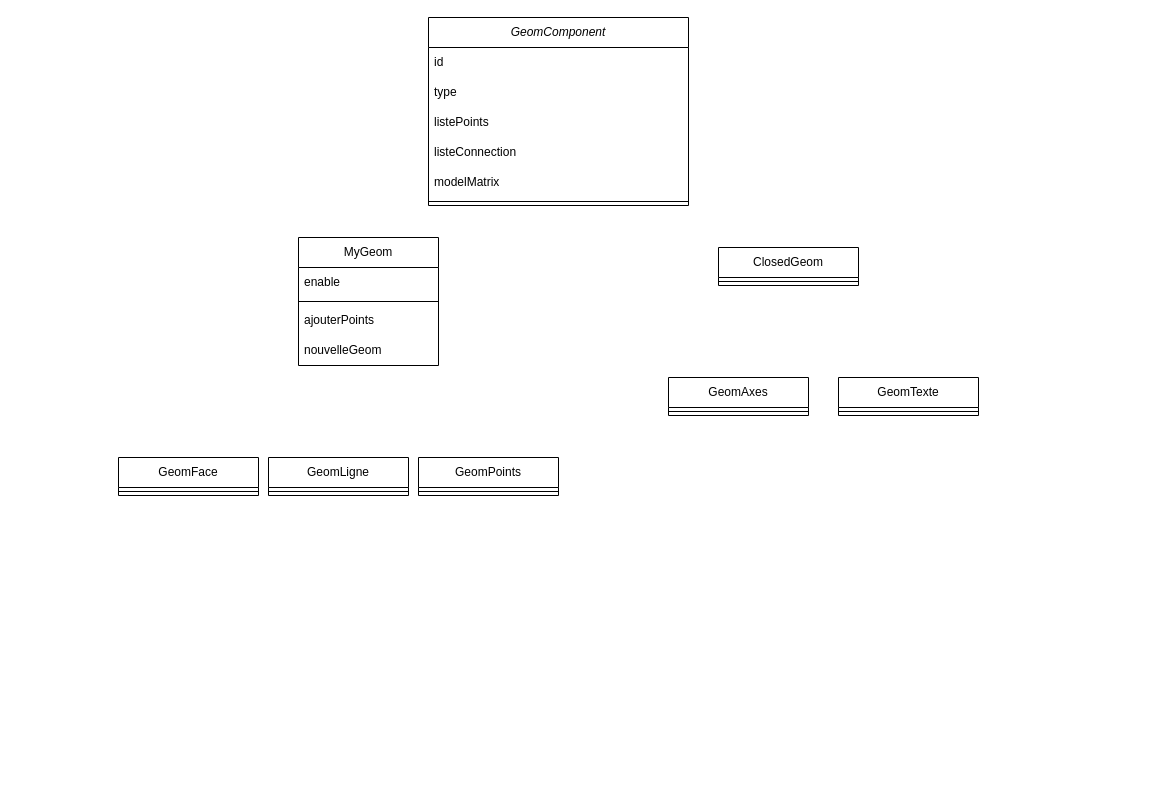
Alex4969/OpenGL_MatlabToolbox keeps this draw.io diagram as Architecture/component and geometries.drawio. Above is the earlier version. Source tidied: cells renumbered, new cells numbered last; positions are measured from the earlier drawing's top-left corner, leaving out a move shared by most shapes. Both pictures are drawn from the tidied source at 100%, with x=0, y=0 at pixel (118, 17).
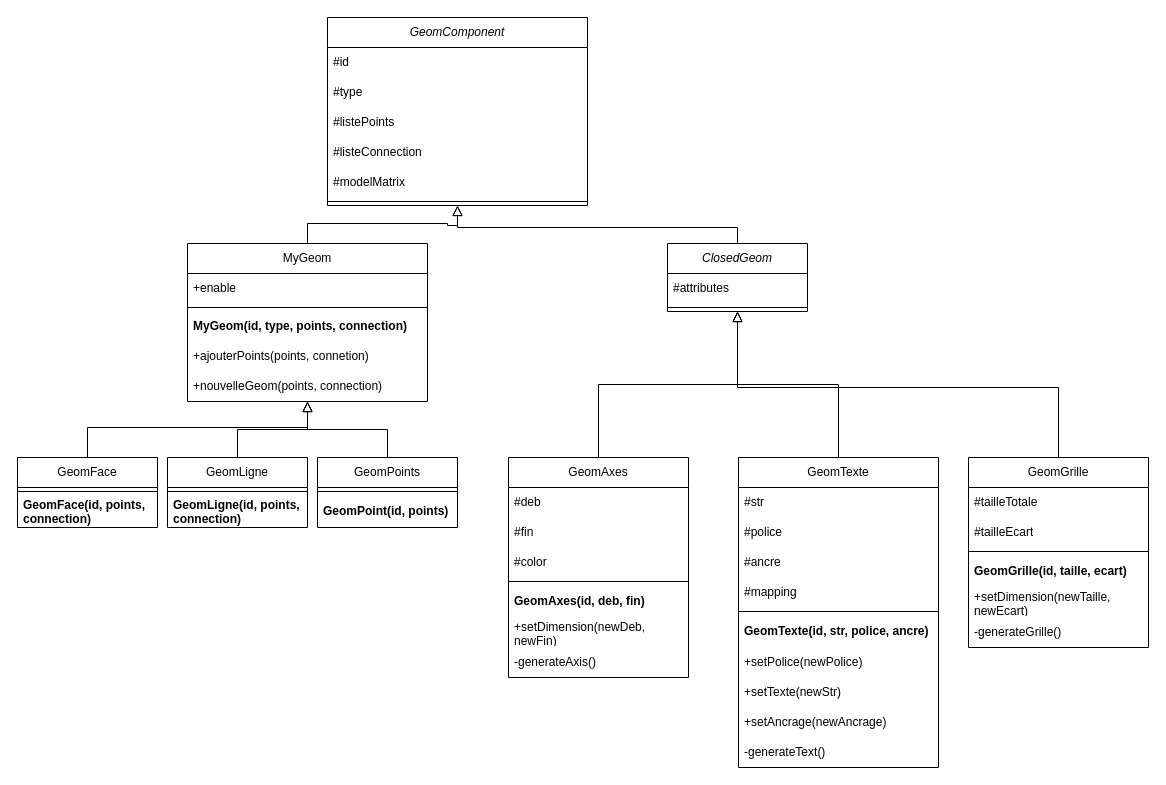
The same diagram, later.

What changed in the source:
```diff
@@
     <mxCell id="2" value="&lt;i&gt;GeomComponent&lt;/i&gt;" style="swimlane;fontStyle=0;horizontal=1;startSize=30;whiteSpace=wrap;html=1;" parent="1" vertex="1">
-      <mxGeometry x="310" width="260" height="188" as="geometry" />
+      <mxGeometry x="209" width="260" height="188" as="geometry" />
     </mxCell>
-    <mxCell id="3" value="id" style="text;strokeColor=none;fillColor=none;align=left;verticalAlign=middle;spacingLeft=4;spacingRight=4;overflow=hidden;whiteSpace=wrap;html=1;" parent="2" vertex="1">
+    <mxCell id="3" value="#id" style="text;strokeColor=none;fillColor=none;align=left;verticalAlign=middle;spacingLeft=4;spacingRight=4;overflow=hidden;whiteSpace=wrap;html=1;" parent="2" vertex="1">
       <mxGeometry y="30" width="260" height="30" as="geometry" />
     </mxCell>
-    <mxCell id="4" value="type" style="text;strokeColor=none;fillColor=none;align=left;verticalAlign=middle;spacingLeft=4;spacingRight=4;overflow=hidden;whiteSpace=wrap;html=1;" parent="2" vertex="1">
+    <mxCell id="4" value="#type" style="text;strokeColor=none;fillColor=none;align=left;verticalAlign=middle;spacingLeft=4;spacingRight=4;overflow=hidden;whiteSpace=wrap;html=1;" parent="2" vertex="1">
       <mxGeometry y="60" width="260" height="30" as="geometry" />
     </mxCell>
-    <mxCell id="5" value="listePoints" style="text;strokeColor=none;fillColor=none;align=left;verticalAlign=middle;spacingLeft=4;spacingRight=4;overflow=hidden;whiteSpace=wrap;html=1;" parent="2" vertex="1">
+    <mxCell id="5" value="#listePoints" style="text;strokeColor=none;fillColor=none;align=left;verticalAlign=middle;spacingLeft=4;spacingRight=4;overflow=hidden;whiteSpace=wrap;html=1;" parent="2" vertex="1">
       <mxGeometry y="90" width="260" height="30" as="geometry" />
     </mxCell>
-    <mxCell id="6" value="listeConnection" style="text;strokeColor=none;fillColor=none;align=left;verticalAlign=middle;spacingLeft=4;spacingRight=4;overflow=hidden;whiteSpace=wrap;html=1;" parent="2" vertex="1">
+    <mxCell id="6" value="#listeConnection" style="text;strokeColor=none;fillColor=none;align=left;verticalAlign=middle;spacingLeft=4;spacingRight=4;overflow=hidden;whiteSpace=wrap;html=1;" parent="2" vertex="1">
       <mxGeometry y="120" width="260" height="30" as="geometry" />
     </mxCell>
-    <mxCell id="7" value="modelMatrix" style="text;strokeColor=none;fillColor=none;align=left;verticalAlign=middle;spacingLeft=4;spacingRight=4;overflow=hidden;whiteSpace=wrap;html=1;" parent="2" vertex="1">
+    <mxCell id="7" value="#modelMatrix" style="text;strokeColor=none;fillColor=none;align=left;verticalAlign=middle;spacingLeft=4;spacingRight=4;overflow=hidden;whiteSpace=wrap;html=1;" parent="2" vertex="1">
       <mxGeometry y="150" width="260" height="30" as="geometry" />
     </mxCell>
@@
+    <mxCell id="26" style="edgeStyle=orthogonalEdgeStyle;rounded=0;jettySize=auto;html=1;endArrow=block;endFill=0;endSize=8;" parent="1" edge="1" source="9" target="2">
+      <mxGeometry relative="1" as="geometry" />
+    </mxCell>
     <mxCell id="9" value="MyGeom" style="swimlane;fontStyle=0;horizontal=1;startSize=30;whiteSpace=wrap;html=1;swimlaneLine=1;" parent="1" vertex="1">
-      <mxGeometry x="180" y="220" width="140" height="128" as="geometry" />
+      <mxGeometry x="69" y="226" width="240" height="158" as="geometry" />
     </mxCell>
-    <mxCell id="10" value="enable" style="text;strokeColor=none;fillColor=none;align=left;verticalAlign=middle;spacingLeft=4;spacingRight=4;overflow=hidden;whiteSpace=wrap;html=1;" parent="9" vertex="1">
-      <mxGeometry y="30" width="140" height="30" as="geometry" />
+    <mxCell id="10" value="+enable" style="text;strokeColor=none;fillColor=none;align=left;verticalAlign=middle;spacingLeft=4;spacingRight=4;overflow=hidden;whiteSpace=wrap;html=1;" parent="9" vertex="1">
+      <mxGeometry y="30" width="240" height="30" as="geometry" />
     </mxCell>
     <mxCell id="11" style="line;html=1;strokeWidth=1;align=left;verticalAlign=middle;spacingTop=-1;spacingLeft=3;spacingRight=3;labelPosition=right;" parent="9" vertex="1">
-      <mxGeometry y="60" width="140" height="8" as="geometry" />
+      <mxGeometry y="60" width="240" height="8" as="geometry" />
     </mxCell>
-    <mxCell id="12" value="ajouterPoints" style="text;strokeColor=none;fillColor=none;align=left;verticalAlign=middle;spacingLeft=4;spacingRight=4;overflow=hidden;whiteSpace=wrap;html=1;" parent="9" vertex="1">
-      <mxGeometry y="68" width="140" height="30" as="geometry" />
+    <mxCell id="12" value="MyGeom(id, type, points, connection)" style="text;strokeColor=none;fillColor=none;align=left;verticalAlign=middle;spacingLeft=4;spacingRight=4;overflow=hidden;whiteSpace=wrap;html=1;fontStyle=1;" parent="9" vertex="1">
+      <mxGeometry y="68" width="240" height="30" as="geometry" />
     </mxCell>
+    <mxCell id="27" value="+ajouterPoints(points, connetion)" style="text;strokeColor=none;fillColor=none;align=left;verticalAlign=middle;spacingLeft=4;spacingRight=4;overflow=hidden;whiteSpace=wrap;html=1;" parent="9" vertex="1">
+      <mxGeometry y="98" width="240" height="30" as="geometry" />
+    </mxCell>
-    <mxCell id="13" value="nouvelleGeom" style="text;strokeColor=none;fillColor=none;align=left;verticalAlign=middle;spacingLeft=4;spacingRight=4;overflow=hidden;whiteSpace=wrap;html=1;" parent="9" vertex="1">
-      <mxGeometry y="98" width="140" height="30" as="geometry" />
+    <mxCell id="13" value="+nouvelleGeom(points, connection)" style="text;strokeColor=none;fillColor=none;align=left;verticalAlign=middle;spacingLeft=4;spacingRight=4;overflow=hidden;whiteSpace=wrap;html=1;" parent="9" vertex="1">
+      <mxGeometry y="128" width="240" height="30" as="geometry" />
     </mxCell>
+    <mxCell id="28" style="edgeStyle=orthogonalEdgeStyle;rounded=0;jettySize=auto;html=1;endArrow=block;endFill=0;endSize=8;" parent="1" edge="1" source="14" target="9">
+      <mxGeometry relative="1" as="geometry">
+        <Array as="points">
+          <mxPoint x="-31" y="410" />
+          <mxPoint x="189" y="410" />
+        </Array>
+      </mxGeometry>
+    </mxCell>
     <mxCell id="14" value="GeomFace" style="swimlane;fontStyle=0;horizontal=1;startSize=30;whiteSpace=wrap;html=1;swimlaneLine=1;" parent="1" vertex="1">
-      <mxGeometry y="440" width="140" height="38" as="geometry" />
+      <mxGeometry x="-101" y="440" width="140" height="70" as="geometry" />
     </mxCell>
@@
+    <mxCell id="29" value="GeomFace(id, points, connection)" style="text;strokeColor=none;fillColor=none;align=left;verticalAlign=middle;spacingLeft=4;spacingRight=4;overflow=hidden;whiteSpace=wrap;html=1;fontStyle=1;" parent="14" vertex="1">
+      <mxGeometry y="38" width="140" height="32" as="geometry" />
+    </mxCell>
+    <mxCell id="30" style="edgeStyle=orthogonalEdgeStyle;rounded=0;jettySize=auto;html=1;endArrow=block;endFill=0;endSize=8;" parent="1" edge="1" source="16" target="9">
+      <mxGeometry relative="1" as="geometry" />
+    </mxCell>
     <mxCell id="16" value="GeomLigne" style="swimlane;fontStyle=0;horizontal=1;startSize=30;whiteSpace=wrap;html=1;swimlaneLine=1;" parent="1" vertex="1">
-      <mxGeometry x="150" y="440" width="140" height="38" as="geometry" />
+      <mxGeometry x="49" y="440" width="140" height="70" as="geometry" />
     </mxCell>
@@
+    <mxCell id="31" value="GeomLigne(id, points, connection)" style="text;strokeColor=none;fillColor=none;align=left;verticalAlign=middle;spacingLeft=4;spacingRight=4;overflow=hidden;whiteSpace=wrap;html=1;fontStyle=1;" parent="16" vertex="1">
+      <mxGeometry y="38" width="140" height="32" as="geometry" />
+    </mxCell>
+    <mxCell id="32" style="edgeStyle=orthogonalEdgeStyle;rounded=0;jettySize=auto;html=1;endArrow=block;endFill=0;endSize=8;" parent="1" edge="1" source="18" target="9">
+      <mxGeometry relative="1" as="geometry" />
+    </mxCell>
     <mxCell id="18" value="GeomPoints" style="swimlane;fontStyle=0;horizontal=1;startSize=30;whiteSpace=wrap;html=1;swimlaneLine=1;" parent="1" vertex="1">
-      <mxGeometry x="300" y="440" width="140" height="38" as="geometry" />
+      <mxGeometry x="199" y="440" width="140" height="70" as="geometry" />
     </mxCell>
@@
+    <mxCell id="33" value="GeomPoint(id, points)" style="text;strokeColor=none;fillColor=none;align=left;verticalAlign=middle;spacingLeft=4;spacingRight=4;overflow=hidden;whiteSpace=wrap;html=1;fontStyle=1;" parent="18" vertex="1">
+      <mxGeometry y="38" width="140" height="32" as="geometry" />
+    </mxCell>
+    <mxCell id="34" style="edgeStyle=orthogonalEdgeStyle;rounded=0;jettySize=auto;html=1;endArrow=block;endFill=0;endSize=8;" parent="1" edge="1" source="20" target="2">
+      <mxGeometry relative="1" as="geometry">
+        <Array as="points">
+          <mxPoint x="619" y="210" />
+          <mxPoint x="339" y="210" />
+        </Array>
+      </mxGeometry>
+    </mxCell>
-    <mxCell id="20" value="ClosedGeom" style="swimlane;fontStyle=0;horizontal=1;startSize=30;whiteSpace=wrap;html=1;swimlaneLine=1;" parent="1" vertex="1">
-      <mxGeometry x="600" y="230" width="140" height="38" as="geometry" />
+    <mxCell id="20" value="&lt;i&gt;ClosedGeom&lt;/i&gt;" style="swimlane;fontStyle=0;horizontal=1;startSize=30;whiteSpace=wrap;html=1;swimlaneLine=1;" parent="1" vertex="1">
+      <mxGeometry x="549" y="226" width="140" height="68" as="geometry" />
     </mxCell>
+    <mxCell id="35" value="#attributes" style="text;strokeColor=none;fillColor=none;align=left;verticalAlign=middle;spacingLeft=4;spacingRight=4;overflow=hidden;whiteSpace=wrap;html=1;" parent="20" vertex="1">
+      <mxGeometry y="30" width="140" height="30" as="geometry" />
+    </mxCell>
     <mxCell id="21" style="line;html=1;strokeWidth=1;align=left;verticalAlign=middle;spacingTop=-1;spacingLeft=3;spacingRight=3;labelPosition=right;" parent="20" vertex="1">
-      <mxGeometry y="30" width="140" height="8" as="geometry" />
+      <mxGeometry y="60" width="140" height="8" as="geometry" />
     </mxCell>
+    <mxCell id="36" style="edgeStyle=orthogonalEdgeStyle;rounded=0;jettySize=auto;html=1;endArrow=block;endFill=0;endSize=8;" parent="1" edge="1" source="22" target="20">
+      <mxGeometry relative="1" as="geometry" />
+    </mxCell>
     <mxCell id="22" value="GeomAxes" style="swimlane;fontStyle=0;horizontal=1;startSize=30;whiteSpace=wrap;html=1;swimlaneLine=1;" parent="1" vertex="1">
-      <mxGeometry x="550" y="360" width="140" height="38" as="geometry" />
+      <mxGeometry x="390" y="440" width="180" height="220" as="geometry" />
     </mxCell>
+    <mxCell id="37" value="#deb" style="text;strokeColor=none;fillColor=none;align=left;verticalAlign=middle;spacingLeft=4;spacingRight=4;overflow=hidden;whiteSpace=wrap;html=1;" parent="22" vertex="1">
+      <mxGeometry y="30" width="180" height="30" as="geometry" />
+    </mxCell>
+    <mxCell id="38" value="#fin" style="text;strokeColor=none;fillColor=none;align=left;verticalAlign=middle;spacingLeft=4;spacingRight=4;overflow=hidden;whiteSpace=wrap;html=1;" parent="22" vertex="1">
+      <mxGeometry y="60" width="180" height="30" as="geometry" />
+    </mxCell>
+    <mxCell id="39" value="#color" style="text;strokeColor=none;fillColor=none;align=left;verticalAlign=middle;spacingLeft=4;spacingRight=4;overflow=hidden;whiteSpace=wrap;html=1;" parent="22" vertex="1">
+      <mxGeometry y="90" width="180" height="30" as="geometry" />
+    </mxCell>
     <mxCell id="23" style="line;html=1;strokeWidth=1;align=left;verticalAlign=middle;spacingTop=-1;spacingLeft=3;spacingRight=3;labelPosition=right;" parent="22" vertex="1">
-      <mxGeometry y="30" width="140" height="8" as="geometry" />
+      <mxGeometry y="120" width="180" height="8" as="geometry" />
     </mxCell>
+    <mxCell id="40" value="GeomAxes(id, deb, fin)" style="text;strokeColor=none;fillColor=none;align=left;verticalAlign=middle;spacingLeft=4;spacingRight=4;overflow=hidden;whiteSpace=wrap;html=1;fontStyle=1;" parent="22" vertex="1">
+      <mxGeometry y="128" width="180" height="32" as="geometry" />
+    </mxCell>
+    <mxCell id="41" value="+setDimension(newDeb, newFin)" style="text;strokeColor=none;fillColor=none;align=left;verticalAlign=middle;spacingLeft=4;spacingRight=4;overflow=hidden;whiteSpace=wrap;html=1;" parent="22" vertex="1">
+      <mxGeometry y="160" width="180" height="30" as="geometry" />
+    </mxCell>
+    <mxCell id="42" value="-generateAxis()" style="text;strokeColor=none;fillColor=none;align=left;verticalAlign=middle;spacingLeft=4;spacingRight=4;overflow=hidden;whiteSpace=wrap;html=1;" parent="22" vertex="1">
+      <mxGeometry y="190" width="180" height="30" as="geometry" />
+    </mxCell>
+    <mxCell id="43" style="edgeStyle=orthogonalEdgeStyle;rounded=0;jettySize=auto;html=1;endArrow=block;endFill=0;endSize=8;" parent="1" edge="1" source="24" target="20">
+      <mxGeometry relative="1" as="geometry" />
+    </mxCell>
     <mxCell id="24" value="GeomTexte" style="swimlane;fontStyle=0;horizontal=1;startSize=30;whiteSpace=wrap;html=1;swimlaneLine=1;" parent="1" vertex="1">
-      <mxGeometry x="720" y="360" width="140" height="38" as="geometry" />
+      <mxGeometry x="620" y="440" width="200" height="310" as="geometry" />
     </mxCell>
+    <mxCell id="44" value="#str" style="text;strokeColor=none;fillColor=none;align=left;verticalAlign=middle;spacingLeft=4;spacingRight=4;overflow=hidden;whiteSpace=wrap;html=1;" parent="24" vertex="1">
+      <mxGeometry y="30" width="200" height="30" as="geometry" />
+    </mxCell>
+    <mxCell id="45" value="#police" style="text;strokeColor=none;fillColor=none;align=left;verticalAlign=middle;spacingLeft=4;spacingRight=4;overflow=hidden;whiteSpace=wrap;html=1;" parent="24" vertex="1">
+      <mxGeometry y="60" width="200" height="30" as="geometry" />
+    </mxCell>
+    <mxCell id="46" value="#ancre" style="text;strokeColor=none;fillColor=none;align=left;verticalAlign=middle;spacingLeft=4;spacingRight=4;overflow=hidden;whiteSpace=wrap;html=1;" parent="24" vertex="1">
+      <mxGeometry y="90" width="200" height="30" as="geometry" />
+    </mxCell>
+    <mxCell id="47" value="#mapping" style="text;strokeColor=none;fillColor=none;align=left;verticalAlign=middle;spacingLeft=4;spacingRight=4;overflow=hidden;whiteSpace=wrap;html=1;" parent="24" vertex="1">
+      <mxGeometry y="120" width="200" height="30" as="geometry" />
+    </mxCell>
     <mxCell id="25" style="line;html=1;strokeWidth=1;align=left;verticalAlign=middle;spacingTop=-1;spacingLeft=3;spacingRight=3;labelPosition=right;" parent="24" vertex="1">
-      <mxGeometry y="30" width="140" height="8" as="geometry" />
+      <mxGeometry y="150" width="200" height="8" as="geometry" />
     </mxCell>
+    <mxCell id="48" value="GeomTexte(id, str, police, ancre)" style="text;strokeColor=none;fillColor=none;align=left;verticalAlign=middle;spacingLeft=4;spacingRight=4;overflow=hidden;whiteSpace=wrap;html=1;fontStyle=1;" parent="24" vertex="1">
+      <mxGeometry y="158" width="200" height="32" as="geometry" />
+    </mxCell>
+    <mxCell id="49" value="+setPolice(newPolice)" style="text;strokeColor=none;fillColor=none;align=left;verticalAlign=middle;spacingLeft=4;spacingRight=4;overflow=hidden;whiteSpace=wrap;html=1;" parent="24" vertex="1">
+      <mxGeometry y="190" width="200" height="30" as="geometry" />
+    </mxCell>
+    <mxCell id="50" value="+setTexte(newStr)" style="text;strokeColor=none;fillColor=none;align=left;verticalAlign=middle;spacingLeft=4;spacingRight=4;overflow=hidden;whiteSpace=wrap;html=1;" parent="24" vertex="1">
+      <mxGeometry y="220" width="200" height="30" as="geometry" />
+    </mxCell>
+    <mxCell id="51" value="+setAncrage(newAncrage)" style="text;strokeColor=none;fillColor=none;align=left;verticalAlign=middle;spacingLeft=4;spacingRight=4;overflow=hidden;whiteSpace=wrap;html=1;" parent="24" vertex="1">
+      <mxGeometry y="250" width="200" height="30" as="geometry" />
+    </mxCell>
+    <mxCell id="52" value="-generateText()" style="text;strokeColor=none;fillColor=none;align=left;verticalAlign=middle;spacingLeft=4;spacingRight=4;overflow=hidden;whiteSpace=wrap;html=1;" parent="24" vertex="1">
+      <mxGeometry y="280" width="200" height="30" as="geometry" />
+    </mxCell>
+    <mxCell id="53" style="edgeStyle=orthogonalEdgeStyle;rounded=0;jettySize=auto;html=1;endArrow=block;endFill=0;endSize=8;" parent="1" edge="1" source="54" target="20">
+      <mxGeometry relative="1" as="geometry">
+        <Array as="points">
+          <mxPoint x="940" y="370" />
+          <mxPoint x="619" y="370" />
+        </Array>
+      </mxGeometry>
+    </mxCell>
+    <mxCell id="54" value="GeomGrille" style="swimlane;fontStyle=0;horizontal=1;startSize=30;whiteSpace=wrap;html=1;swimlaneLine=1;" parent="1" vertex="1">
+      <mxGeometry x="850" y="440" width="180" height="190" as="geometry" />
+    </mxCell>
+    <mxCell id="55" value="#tailleTotale" style="text;strokeColor=none;fillColor=none;align=left;verticalAlign=middle;spacingLeft=4;spacingRight=4;overflow=hidden;whiteSpace=wrap;html=1;" parent="54" vertex="1">
+      <mxGeometry y="30" width="180" height="30" as="geometry" />
+    </mxCell>
+    <mxCell id="56" value="#tailleEcart" style="text;strokeColor=none;fillColor=none;align=left;verticalAlign=middle;spacingLeft=4;spacingRight=4;overflow=hidden;whiteSpace=wrap;html=1;" parent="54" vertex="1">
+      <mxGeometry y="60" width="180" height="30" as="geometry" />
+    </mxCell>
+    <mxCell id="57" style="line;html=1;strokeWidth=1;align=left;verticalAlign=middle;spacingTop=-1;spacingLeft=3;spacingRight=3;labelPosition=right;" parent="54" vertex="1">
+      <mxGeometry y="90" width="180" height="8" as="geometry" />
+    </mxCell>
+    <mxCell id="58" value="GeomGrille(id, taille, ecart)" style="text;strokeColor=none;fillColor=none;align=left;verticalAlign=middle;spacingLeft=4;spacingRight=4;overflow=hidden;whiteSpace=wrap;html=1;fontStyle=1;" parent="54" vertex="1">
+      <mxGeometry y="98" width="180" height="32" as="geometry" />
+    </mxCell>
+    <mxCell id="59" value="+setDimension(newTaille, newEcart)" style="text;strokeColor=none;fillColor=none;align=left;verticalAlign=middle;spacingLeft=4;spacingRight=4;overflow=hidden;whiteSpace=wrap;html=1;" parent="54" vertex="1">
+      <mxGeometry y="130" width="180" height="30" as="geometry" />
+    </mxCell>
+    <mxCell id="60" value="-generateGrille()" style="text;strokeColor=none;fillColor=none;align=left;verticalAlign=middle;spacingLeft=4;spacingRight=4;overflow=hidden;whiteSpace=wrap;html=1;" parent="54" vertex="1">
+      <mxGeometry y="160" width="180" height="30" as="geometry" />
+    </mxCell>
```
